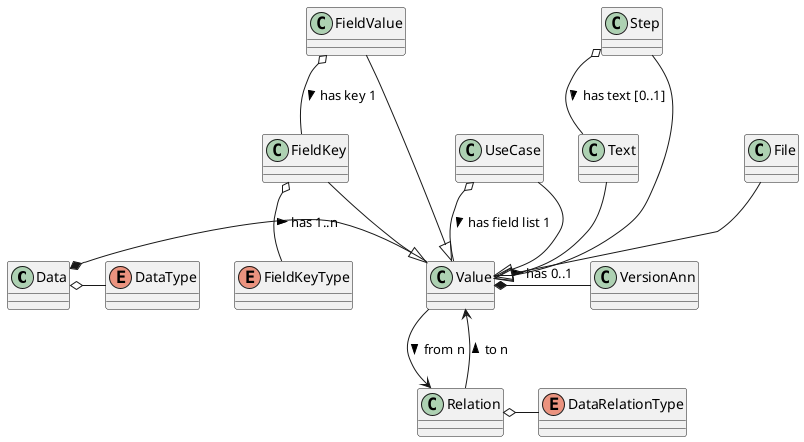
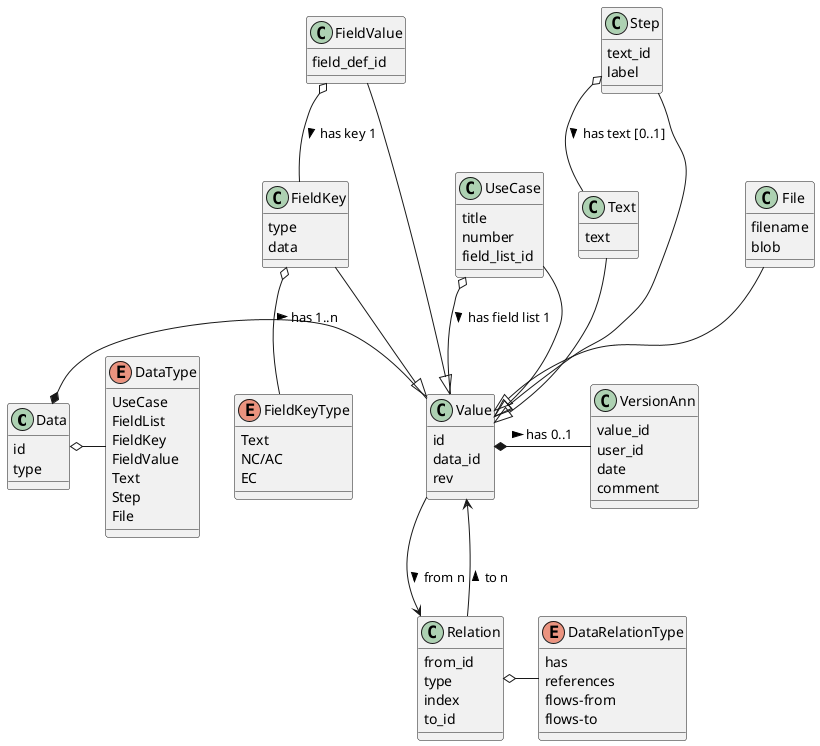
@startuml
+ 
+ class Data {
+   id
+   type
+ }
+ class Value {
+   id
+   data_id
+   rev
+ }
+ class VersionAnn {
+   value_id
+   user_id
+   date
+   comment
+ }
+ class UseCase {
+   title
+   number
+   field_list_id
+ }
+ class FieldKey {
+   type
+   data
+ }
+ class FieldValue {
+   field_def_id
+ }
+ class Text {
+   text
+ }
+ class Step {
+   text_id
+   label
+ }
+ class File {
+   filename
+   blob
+ }
+ class Relation {
+   from_id
+   type
+   index
+   to_id
+ }
+ 
+ enum DataType {
+   UseCase
+   FieldList
+   FieldKey
+   FieldValue
+   Text
+   Step
+   File
+ }
+ enum DataRelationType {
+   has
+   references
+   flows-from
+   flows-to
+ }
+ enum FieldKeyType {
+   Text
+   NC/AC
+   EC
+ }

Data *- Value : has 1..n >
Value *- VersionAnn : has 0..1 >

Value --> Relation : from n >
Value <-- Relation : to n <

UseCase --|> Value
FieldKey --|> Value
FieldValue --|> Value
Text --|> Value
Step --|> Value
File --|> Value

- enum DataType
- enum DataRelationType
- enum FieldKeyType
- 
Data o- DataType
Relation o- DataRelationType
FieldKey o-- FieldKeyType

UseCase o-- Value : has field list 1 >
FieldValue o-- FieldKey : has key 1 >
Step o-- Text : has text [0..1] >

@enduml
